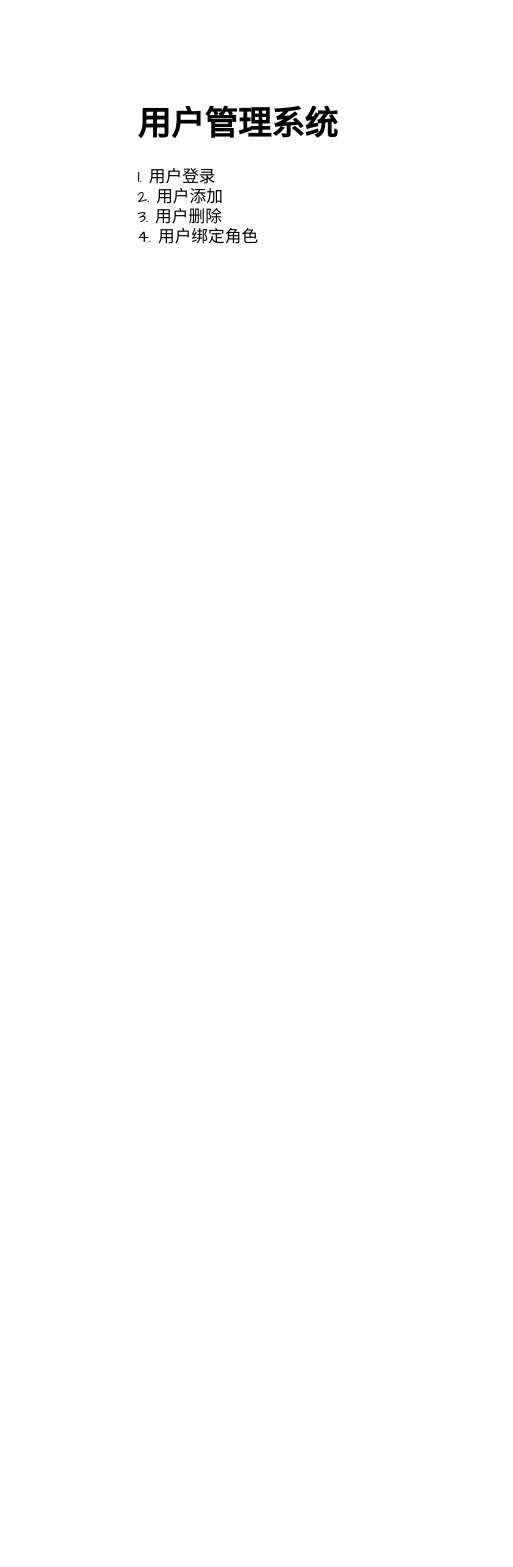
This is draw/draw/项目从需求到上线流程.drawio from Rodert/javapub_oss, a draw.io file, before an edit. Source tidied: cells renumbered, new cells numbered last; positions are measured from the earlier drawing's top-left corner, leaving out a move shared by most shapes. Both pictures are drawn from the tidied source at 139%, with x=0, y=0 at pixel (135, 96).
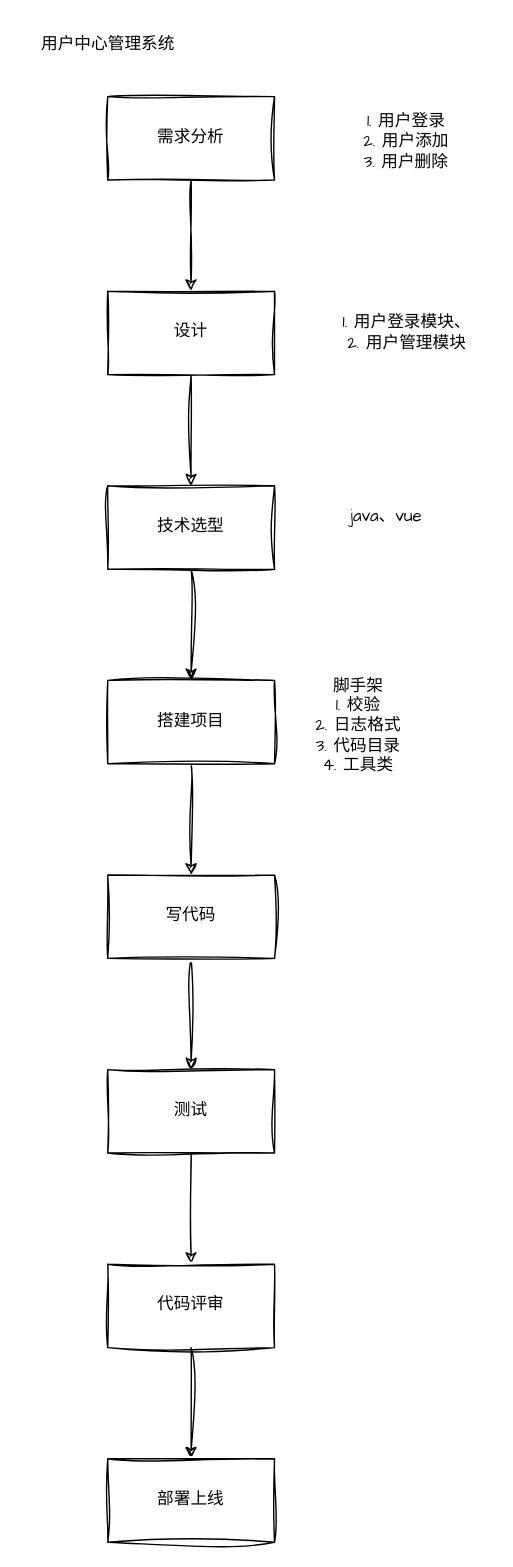
The same page after the edit.

Commit message (it also covers changes not shown here):
更新项目从需求到上线流程.drawio

What changed in the source:
```diff
@@
-    <mxCell id="2" value="&lt;h1 style=&quot;margin-top: 0px;&quot;&gt;用户管理系统&lt;/h1&gt;&lt;div&gt;1. 用户登录&lt;/div&gt;&lt;div&gt;2. 用户添加&lt;/div&gt;&lt;div&gt;3. 用户删除&lt;/div&gt;&lt;div&gt;4. 用户绑定角色&lt;/div&gt;" style="text;html=1;whiteSpace=wrap;overflow=hidden;rounded=0;fontFamily=Architects Daughter;" parent="1" vertex="1">
-      <mxGeometry width="180" height="120" as="geometry" />
-    </mxCell>
+    <mxCell id="3" value="用户中心管理系统" style="text;html=1;align=center;verticalAlign=middle;strokeColor=none;fillColor=none;fontFamily=Architects Daughter;" parent="1" vertex="1">
+      <mxGeometry x="-80" y="-52" width="120" height="30" as="geometry" />
+    </mxCell>
+    <mxCell id="4" style="edgeStyle=orthogonalEdgeStyle;rounded=0;sketch=1;hachureGap=4;jiggle=2;curveFitting=1;jettySize=auto;html=1;fontFamily=Architects Daughter;" parent="1" edge="1" source="5" target="8">
+      <mxGeometry relative="1" as="geometry" />
+    </mxCell>
+    <mxCell id="5" value="需求分析" style="rounded=0;whiteSpace=wrap;html=1;sketch=1;hachureGap=4;jiggle=2;curveFitting=1;fontFamily=Architects Daughter;" parent="1" vertex="1">
+      <mxGeometry x="-20" width="120" height="60" as="geometry" />
+    </mxCell>
+    <mxCell id="6" value="1. 用户登录&lt;div&gt;2. 用户添加&lt;/div&gt;&lt;div&gt;3. 用户删除&lt;/div&gt;" style="text;html=1;align=center;verticalAlign=middle;whiteSpace=wrap;rounded=0;fontFamily=Architects Daughter;" parent="1" vertex="1">
+      <mxGeometry x="150" y="15" width="90" height="35" as="geometry" />
+    </mxCell>
+    <mxCell id="7" style="edgeStyle=orthogonalEdgeStyle;rounded=0;sketch=1;hachureGap=4;jiggle=2;curveFitting=1;jettySize=auto;html=1;fontFamily=Architects Daughter;" parent="1" edge="1" source="8" target="11">
+      <mxGeometry relative="1" as="geometry" />
+    </mxCell>
+    <mxCell id="8" value="设计" style="whiteSpace=wrap;html=1;fontFamily=Architects Daughter;rounded=0;sketch=1;hachureGap=4;jiggle=2;curveFitting=1;" parent="1" vertex="1">
+      <mxGeometry x="-20" y="140" width="120" height="60" as="geometry" />
+    </mxCell>
+    <mxCell id="9" value="1. 用户登录模块、&lt;div&gt;2. 用户管理模块&lt;/div&gt;" style="text;html=1;align=center;verticalAlign=middle;strokeColor=none;fillColor=none;fontFamily=Architects Daughter;" parent="1" vertex="1">
+      <mxGeometry x="135" y="150" width="120" height="40" as="geometry" />
+    </mxCell>
+    <mxCell id="10" style="edgeStyle=orthogonalEdgeStyle;rounded=0;sketch=1;hachureGap=4;jiggle=2;curveFitting=1;jettySize=auto;html=1;fontFamily=Architects Daughter;" parent="1" edge="1" source="11" target="14">
+      <mxGeometry relative="1" as="geometry" />
+    </mxCell>
+    <mxCell id="11" value="技术选型" style="whiteSpace=wrap;html=1;fontFamily=Architects Daughter;rounded=0;sketch=1;hachureGap=4;jiggle=2;curveFitting=1;" parent="1" vertex="1">
+      <mxGeometry x="-20" y="280" width="120" height="60" as="geometry" />
+    </mxCell>
+    <mxCell id="12" value="java、vue" style="text;html=1;align=center;verticalAlign=middle;strokeColor=none;fillColor=none;fontFamily=Architects Daughter;" parent="1" vertex="1">
+      <mxGeometry x="145" y="288" width="70" height="30" as="geometry" />
+    </mxCell>
+    <mxCell id="13" style="edgeStyle=orthogonalEdgeStyle;rounded=0;sketch=1;hachureGap=4;jiggle=2;curveFitting=1;jettySize=auto;html=1;fontFamily=Architects Daughter;" parent="1" edge="1" source="14" target="17">
+      <mxGeometry relative="1" as="geometry" />
+    </mxCell>
+    <mxCell id="14" value="搭建项目" style="whiteSpace=wrap;html=1;fontFamily=Architects Daughter;rounded=0;sketch=1;hachureGap=4;jiggle=2;curveFitting=1;" parent="1" vertex="1">
+      <mxGeometry x="-20" y="420" width="120" height="60" as="geometry" />
+    </mxCell>
+    <mxCell id="15" value="脚手架&lt;div&gt;1. 校验&lt;/div&gt;&lt;div&gt;2. 日志格式&lt;/div&gt;&lt;div&gt;3. 代码目录&lt;/div&gt;&lt;div&gt;4. 工具类&lt;/div&gt;" style="text;html=1;align=center;verticalAlign=middle;strokeColor=none;fillColor=none;fontFamily=Architects Daughter;" parent="1" vertex="1">
+      <mxGeometry x="120" y="408" width="80" height="90" as="geometry" />
+    </mxCell>
+    <mxCell id="16" style="edgeStyle=orthogonalEdgeStyle;rounded=0;sketch=1;hachureGap=4;jiggle=2;curveFitting=1;jettySize=auto;html=1;fontFamily=Architects Daughter;" parent="1" edge="1" source="17" target="19">
+      <mxGeometry relative="1" as="geometry" />
+    </mxCell>
+    <mxCell id="17" value="写代码" style="whiteSpace=wrap;html=1;fontFamily=Architects Daughter;rounded=0;sketch=1;hachureGap=4;jiggle=2;curveFitting=1;" parent="1" vertex="1">
+      <mxGeometry x="-20" y="560" width="120" height="60" as="geometry" />
+    </mxCell>
+    <mxCell id="18" style="edgeStyle=orthogonalEdgeStyle;rounded=0;sketch=1;hachureGap=4;jiggle=2;curveFitting=1;jettySize=auto;html=1;fontFamily=Architects Daughter;" parent="1" edge="1" source="19" target="21">
+      <mxGeometry relative="1" as="geometry" />
+    </mxCell>
+    <mxCell id="19" value="测试" style="whiteSpace=wrap;html=1;fontFamily=Architects Daughter;rounded=0;sketch=1;hachureGap=4;jiggle=2;curveFitting=1;" parent="1" vertex="1">
+      <mxGeometry x="-20" y="700" width="120" height="60" as="geometry" />
+    </mxCell>
+    <mxCell id="20" style="edgeStyle=orthogonalEdgeStyle;rounded=0;sketch=1;hachureGap=4;jiggle=2;curveFitting=1;jettySize=auto;html=1;fontFamily=Architects Daughter;" parent="1" edge="1" source="21" target="22">
+      <mxGeometry relative="1" as="geometry" />
+    </mxCell>
+    <mxCell id="21" value="代码评审" style="whiteSpace=wrap;html=1;fontFamily=Architects Daughter;rounded=0;sketch=1;hachureGap=4;jiggle=2;curveFitting=1;" parent="1" vertex="1">
+      <mxGeometry x="-20" y="840" width="120" height="60" as="geometry" />
+    </mxCell>
+    <mxCell id="22" value="部署上线" style="whiteSpace=wrap;html=1;fontFamily=Architects Daughter;rounded=0;sketch=1;hachureGap=4;jiggle=2;curveFitting=1;" parent="1" vertex="1">
+      <mxGeometry x="-20" y="980" width="120" height="60" as="geometry" />
+    </mxCell>
```
